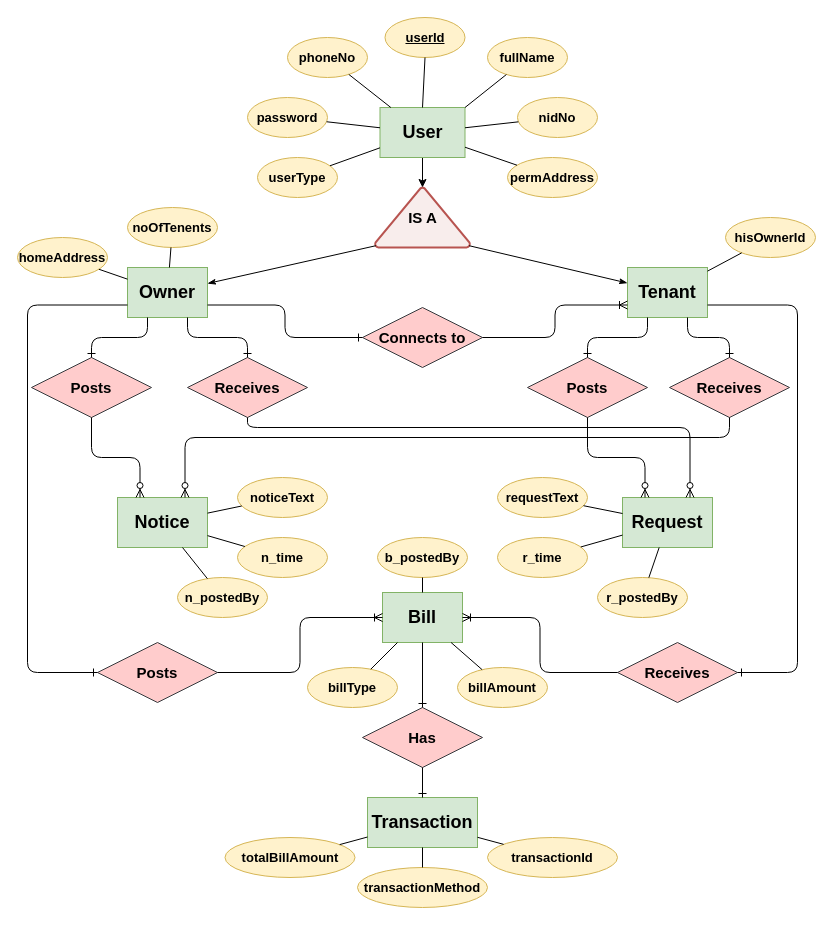
Earlier version of the draw.io diagram Diagrams/DrawioFiles/ER Diagram.drawio (JulfikarHDinar/BashaBariWeb). Source tidied: cells renumbered, new cells numbered last; positions are measured from the earlier drawing's top-left corner, leaving out a move shared by most shapes. Both pictures are drawn from the tidied source at 100%, with x=0, y=0 at pixel (17, 17).
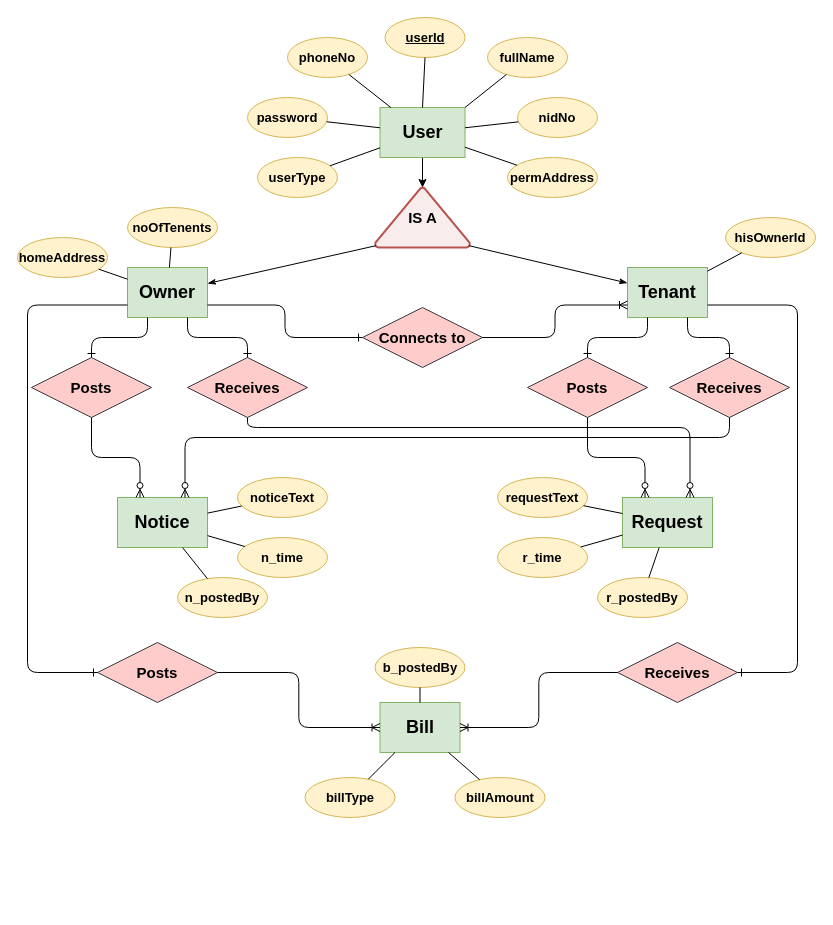
The same page after the edit.

The edit, as a diff of the source:
```diff
@@
     <mxCell id="32" value="&lt;font style=&quot;font-size: 18px&quot;&gt;Bill&lt;/font&gt;" style="rounded=0;whiteSpace=wrap;html=1;fontStyle=1;labelBackgroundColor=none;fillColor=#d5e8d4;strokeColor=#82b366;" parent="1" vertex="1">
-      <mxGeometry x="365" y="575" width="80" height="50" as="geometry" />
+      <mxGeometry x="362.5" y="685" width="80" height="50" as="geometry" />
     </mxCell>
-    <mxCell id="33" value="&lt;font style=&quot;font-size: 18px&quot;&gt;Transaction&lt;br&gt;&lt;/font&gt;" style="rounded=0;whiteSpace=wrap;html=1;fontStyle=1;labelBackgroundColor=none;fillColor=#d5e8d4;strokeColor=#82b366;" parent="1" vertex="1">
-      <mxGeometry x="350" y="780" width="110" height="50" as="geometry" />
-    </mxCell>
@@
     <mxCell id="67" value="&lt;span style=&quot;font-size: 13px&quot;&gt;&lt;b&gt;b_postedBy&lt;br&gt;&lt;/b&gt;&lt;/span&gt;" style="ellipse;whiteSpace=wrap;html=1;align=center;labelBackgroundColor=none;fillColor=#fff2cc;strokeColor=#d6b656;" parent="1" vertex="1">
-      <mxGeometry x="360" y="520" width="90" height="40" as="geometry" />
+      <mxGeometry x="357.5" y="630" width="90" height="40" as="geometry" />
     </mxCell>
     <mxCell id="68" value="&lt;span style=&quot;font-size: 13px&quot;&gt;&lt;b&gt;billType&lt;br&gt;&lt;/b&gt;&lt;/span&gt;" style="ellipse;whiteSpace=wrap;html=1;align=center;labelBackgroundColor=none;fillColor=#fff2cc;strokeColor=#d6b656;" parent="1" vertex="1">
-      <mxGeometry x="290" y="650" width="90" height="40" as="geometry" />
+      <mxGeometry x="287.5" y="760" width="90" height="40" as="geometry" />
     </mxCell>
     <mxCell id="69" value="&lt;span style=&quot;font-size: 13px&quot;&gt;&lt;b&gt;billAmount&lt;br&gt;&lt;/b&gt;&lt;/span&gt;" style="ellipse;whiteSpace=wrap;html=1;align=center;labelBackgroundColor=none;fillColor=#fff2cc;strokeColor=#d6b656;" parent="1" vertex="1">
-      <mxGeometry x="440" y="650" width="90" height="40" as="geometry" />
+      <mxGeometry x="437.5" y="760" width="90" height="40" as="geometry" />
     </mxCell>
@@
-    <mxCell id="73" value="&lt;font style=&quot;font-size: 15px&quot;&gt;&lt;b&gt;Has&lt;/b&gt;&lt;/font&gt;" style="shape=rhombus;perimeter=rhombusPerimeter;whiteSpace=wrap;html=1;align=center;labelBackgroundColor=none;fillColor=#ffcccc;strokeColor=#36393d;" parent="1" vertex="1">
-      <mxGeometry x="345" y="690" width="120" height="60" as="geometry" />
-    </mxCell>
-    <mxCell id="74" style="fontSize=12;html=1;endArrow=ERone;endFill=1;strokeColor=#000000;exitX=0.5;exitY=1;exitDx=0;exitDy=0;entryX=0.5;entryY=0;entryDx=0;entryDy=0;" parent="1" edge="1" source="32" target="73">
-      <mxGeometry relative="1" as="geometry" />
-    </mxCell>
-    <mxCell id="75" style="fontSize=12;html=1;endArrow=ERone;endFill=1;strokeColor=#000000;entryX=0.5;entryY=0;entryDx=0;entryDy=0;exitX=0.5;exitY=1;exitDx=0;exitDy=0;" parent="1" edge="1" source="73" target="33">
-      <mxGeometry relative="1" as="geometry" />
-    </mxCell>
-    <mxCell id="76" value="&lt;span style=&quot;font-size: 13px&quot;&gt;&lt;b&gt;totalBillAmount&lt;br&gt;&lt;/b&gt;&lt;/span&gt;" style="ellipse;whiteSpace=wrap;html=1;align=center;labelBackgroundColor=none;fillColor=#fff2cc;strokeColor=#d6b656;" parent="1" vertex="1">
-      <mxGeometry x="207.5" y="820" width="130" height="40" as="geometry" />
-    </mxCell>
-    <mxCell id="77" value="&lt;span style=&quot;font-size: 13px&quot;&gt;&lt;b&gt;transactionMethod&lt;br&gt;&lt;/b&gt;&lt;/span&gt;" style="ellipse;whiteSpace=wrap;html=1;align=center;labelBackgroundColor=none;fillColor=#fff2cc;strokeColor=#d6b656;" parent="1" vertex="1">
-      <mxGeometry x="340" y="850" width="130" height="40" as="geometry" />
-    </mxCell>
-    <mxCell id="78" value="&lt;span style=&quot;font-size: 13px&quot;&gt;&lt;b&gt;transactionId&lt;br&gt;&lt;/b&gt;&lt;/span&gt;" style="ellipse;whiteSpace=wrap;html=1;align=center;labelBackgroundColor=none;fillColor=#fff2cc;strokeColor=#d6b656;" parent="1" vertex="1">
-      <mxGeometry x="470" y="820" width="130" height="40" as="geometry" />
-    </mxCell>
-    <mxCell id="79" style="endArrow=none;html=1;rounded=0;strokeColor=#000000;" parent="1" edge="1" source="76" target="33">
-      <mxGeometry relative="1" as="geometry" />
-    </mxCell>
-    <mxCell id="80" style="endArrow=none;html=1;rounded=0;strokeColor=#000000;" parent="1" edge="1" source="33" target="78">
-      <mxGeometry relative="1" as="geometry" />
-    </mxCell>
-    <mxCell id="81" style="endArrow=none;html=1;rounded=0;strokeColor=#000000;" parent="1" edge="1" source="33" target="77">
-      <mxGeometry relative="1" as="geometry" />
-    </mxCell>
```
